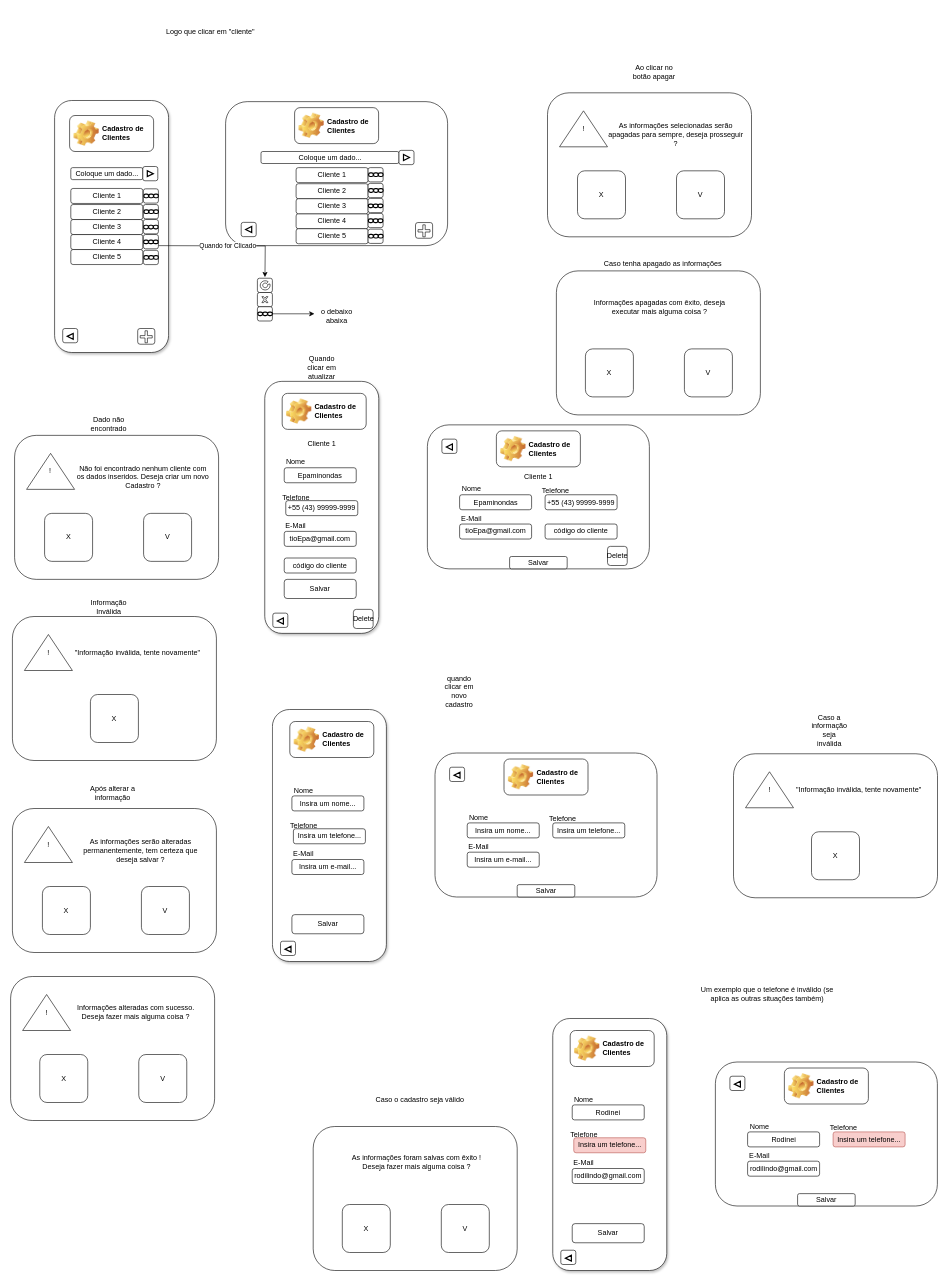
The draw.io diagram page "Cadastro de Clientes (desenho)" (3 of 14) of DOC/Fluxograma.drawio in GuilhermeIgarashi7/avatar-Fluxograma, before the edit. Source tidied: cells renumbered, new cells numbered last; positions are measured from the earlier drawing's top-left corner, leaving out a move shared by most shapes. Both pictures are drawn from the tidied source at 60%, with x=0, y=0 at pixel (10, 10).
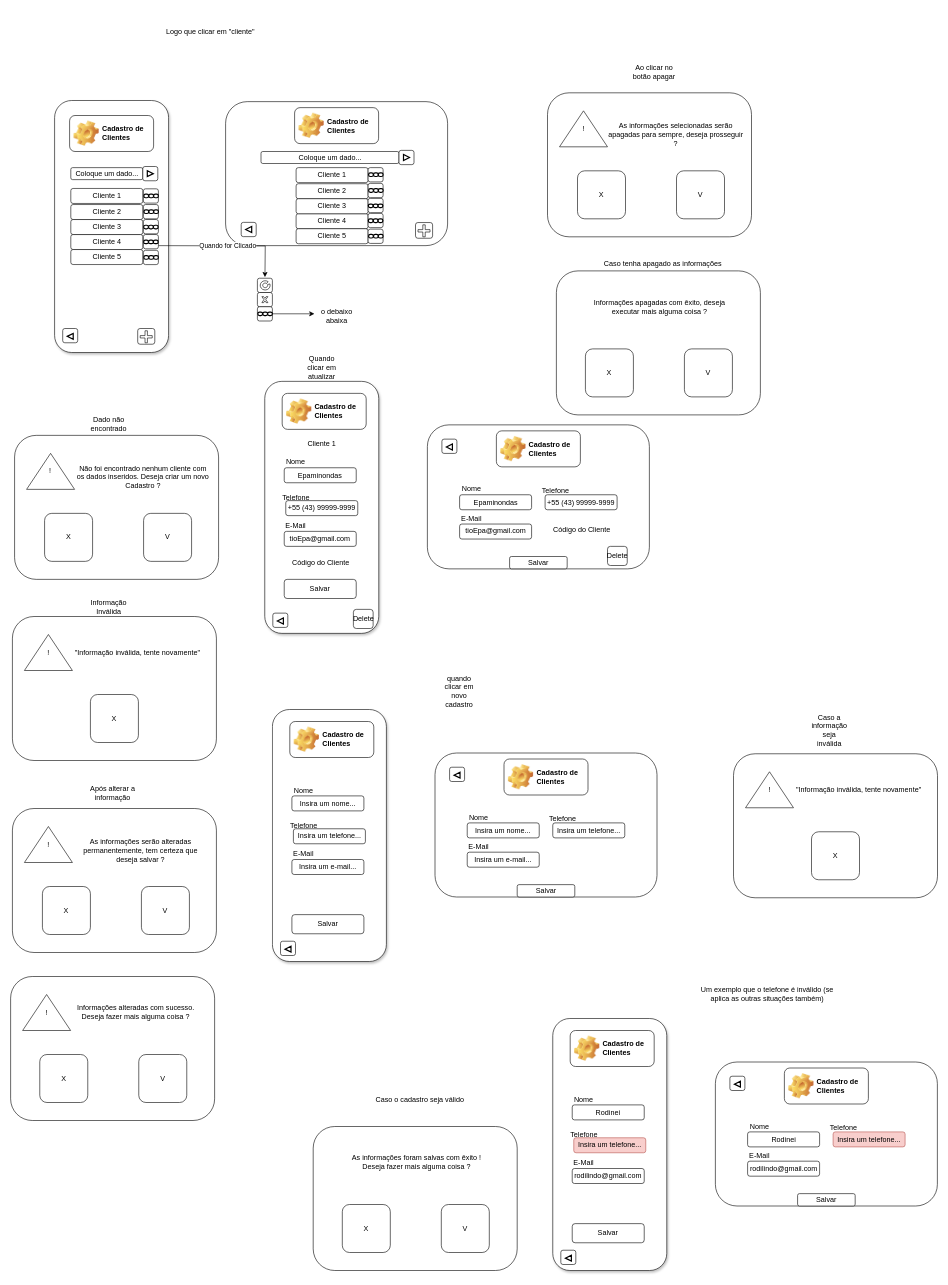
After the change.

Change to the diagram source:
```diff
@@
-    <mxCell id="39" value="Cliente 1" style="text;html=1;align=center;verticalAlign=middle;whiteSpace=wrap;rounded=0;" parent="1" vertex="1">
-      <mxGeometry x="849.8" y="763.1" width="60" height="30" as="geometry" />
+    <mxCell id="39" value="Código do Cliente" style="text;html=1;align=center;verticalAlign=middle;whiteSpace=wrap;rounded=0;" parent="1" vertex="1">
+      <mxGeometry x="901.2" y="850.9" width="103" height="30" as="geometry" />
     </mxCell>
@@
-    <mxCell id="136" value="código do cliente" style="rounded=1;whiteSpace=wrap;html=1;" parent="1" vertex="1">
-      <mxGeometry x="456.2" y="912.5" width="120" height="25" as="geometry" />
-    </mxCell>
-    <mxCell id="137" value="código do cliente" style="rounded=1;whiteSpace=wrap;html=1;" parent="1" vertex="1">
-      <mxGeometry x="891" y="855.9" width="120" height="25" as="geometry" />
-    </mxCell>
@@
+    <mxCell id="220" value="Código do Cliente" style="text;html=1;align=center;verticalAlign=middle;whiteSpace=wrap;rounded=0;" parent="1" vertex="1">
+      <mxGeometry x="465.5" y="905.3" width="103" height="30" as="geometry" />
+    </mxCell>
```
